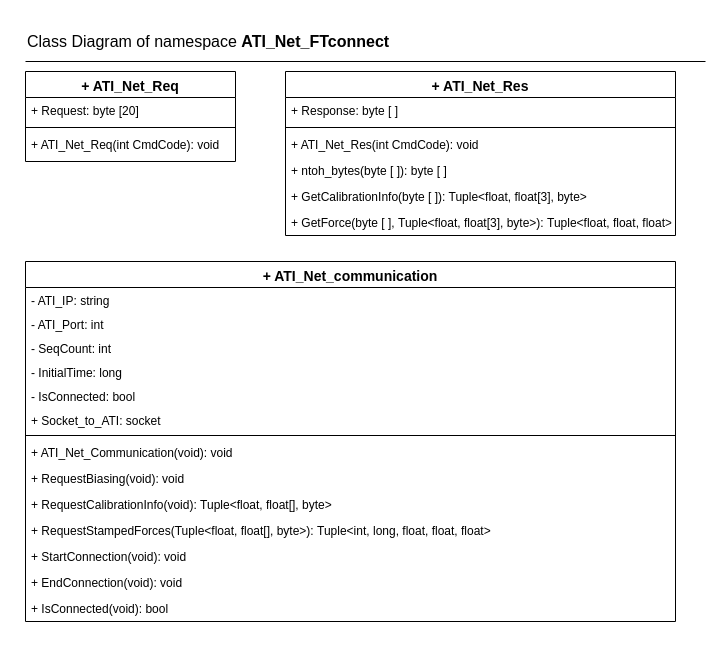
Earlier version of the draw.io diagram RRP project/2. Software-Class diagram-ATI net sensor.drawio (VolcanHuang/Project_Demo). Source tidied: cells renumbered, new cells numbered last; positions are measured from the earlier drawing's top-left corner, leaving out a move shared by most shapes. Both pictures are drawn from the tidied source at 100%, with x=0, y=0 at pixel (25, 31).
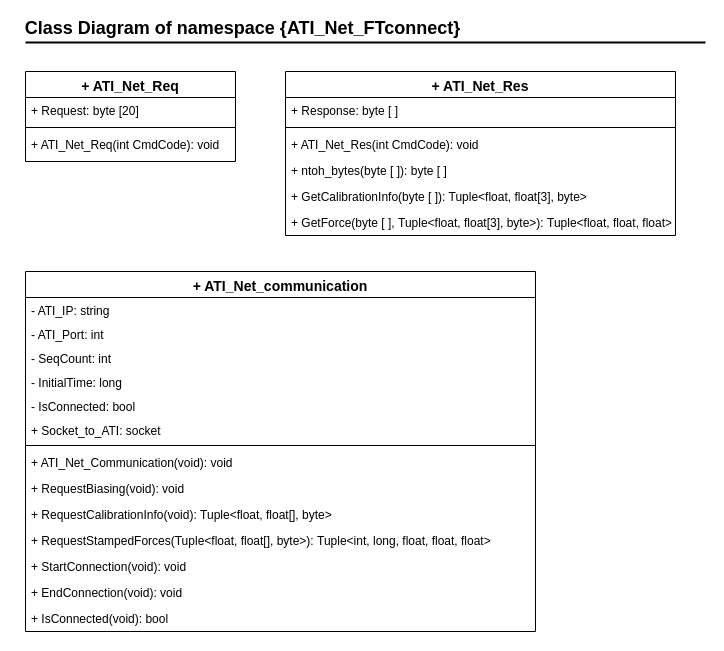
After the change.

What changed in the source:
```diff
@@
-    <mxCell id="2" style="endArrow=none;html=1;" parent="1" edge="1">
+    <mxCell id="2" style="endArrow=none;html=1;strokeWidth=2;" parent="1" edge="1">
       <mxGeometry relative="1" as="geometry">
-        <mxPoint y="30" as="sourcePoint" />
-        <mxPoint x="680" y="30" as="targetPoint" />
+        <mxPoint y="11" as="sourcePoint" />
+        <mxPoint x="680" y="11" as="targetPoint" />
       </mxGeometry>
     </mxCell>
-    <mxCell id="3" value="&lt;font style=&quot;font-size: 16px ; background-color: rgb(255 , 255 , 255)&quot;&gt;Class Diagram of namespace &lt;b&gt;ATI_Net_FTconnect&lt;/b&gt;&lt;/font&gt;" style="text;html=1;strokeColor=none;fillColor=none;align=left;verticalAlign=middle;whiteSpace=wrap;rounded=0;" parent="1" vertex="1">
-      <mxGeometry width="370" height="20" as="geometry" />
-    </mxCell>
@@
     <mxCell id="9" value="+ ATI_Net_communication" style="swimlane;fontStyle=1;align=center;verticalAlign=top;horizontal=1;startSize=26;fontSize=14;" parent="1" vertex="1">
-      <mxGeometry y="230" width="650" height="360" as="geometry" />
+      <mxGeometry y="240" width="510" height="360" as="geometry" />
     </mxCell>
     <mxCell id="10" value="- ATI_IP: string" style="text;strokeColor=none;fillColor=none;align=left;verticalAlign=top;spacingLeft=4;spacingRight=4;overflow=hidden;spacingBottom=0;spacingTop=0;labelBackgroundColor=none;horizontal=1;" parent="9" vertex="1">
-      <mxGeometry y="26" width="650" height="24" as="geometry" />
+      <mxGeometry y="26" width="510" height="24" as="geometry" />
     </mxCell>
     <mxCell id="11" value="- ATI_Port: int" style="text;strokeColor=none;fillColor=none;align=left;verticalAlign=top;spacingLeft=4;spacingRight=4;overflow=hidden;spacingBottom=0;spacingTop=0;labelBackgroundColor=none;horizontal=1;" parent="9" vertex="1">
-      <mxGeometry y="50" width="650" height="24" as="geometry" />
+      <mxGeometry y="50" width="510" height="24" as="geometry" />
     </mxCell>
     <mxCell id="12" value="- SeqCount: int" style="text;strokeColor=none;fillColor=none;align=left;verticalAlign=top;spacingLeft=4;spacingRight=4;overflow=hidden;spacingBottom=0;spacingTop=0;labelBackgroundColor=none;horizontal=1;" parent="9" vertex="1">
-      <mxGeometry y="74" width="650" height="24" as="geometry" />
+      <mxGeometry y="74" width="510" height="24" as="geometry" />
     </mxCell>
     <mxCell id="13" value="- InitialTime: long" style="text;strokeColor=none;fillColor=none;align=left;verticalAlign=top;spacingLeft=4;spacingRight=4;overflow=hidden;spacingBottom=0;spacingTop=0;labelBackgroundColor=none;horizontal=1;" parent="9" vertex="1">
-      <mxGeometry y="98" width="650" height="24" as="geometry" />
+      <mxGeometry y="98" width="510" height="24" as="geometry" />
     </mxCell>
     <mxCell id="14" value="- IsConnected: bool" style="text;strokeColor=none;fillColor=none;align=left;verticalAlign=top;spacingLeft=4;spacingRight=4;overflow=hidden;spacingBottom=0;spacingTop=0;labelBackgroundColor=none;horizontal=1;" parent="9" vertex="1">
-      <mxGeometry y="122" width="650" height="24" as="geometry" />
+      <mxGeometry y="122" width="510" height="24" as="geometry" />
     </mxCell>
     <mxCell id="15" value="+ Socket_to_ATI: socket" style="text;strokeColor=none;fillColor=none;align=left;verticalAlign=top;spacingLeft=4;spacingRight=4;overflow=hidden;spacingBottom=0;spacingTop=0;labelBackgroundColor=none;horizontal=1;" parent="9" vertex="1">
-      <mxGeometry y="146" width="650" height="24" as="geometry" />
+      <mxGeometry y="146" width="510" height="24" as="geometry" />
     </mxCell>
     <mxCell id="16" style="line;strokeWidth=1;fillColor=none;align=left;verticalAlign=middle;spacingTop=-1;spacingLeft=3;spacingRight=3;labelPosition=right;" parent="9" vertex="1">
-      <mxGeometry y="170" width="650" height="8" as="geometry" />
+      <mxGeometry y="170" width="510" height="8" as="geometry" />
     </mxCell>
     <mxCell id="17" value="+ ATI_Net_Communication(void): void " style="text;strokeColor=none;fillColor=none;align=left;verticalAlign=top;spacingLeft=4;spacingRight=4;overflow=hidden;" parent="9" vertex="1">
-      <mxGeometry y="178" width="650" height="26" as="geometry" />
+      <mxGeometry y="178" width="510" height="26" as="geometry" />
     </mxCell>
     <mxCell id="18" value="+ RequestBiasing(void): void" style="text;strokeColor=none;fillColor=none;align=left;verticalAlign=top;spacingLeft=4;spacingRight=4;overflow=hidden;" parent="9" vertex="1">
-      <mxGeometry y="204" width="650" height="26" as="geometry" />
+      <mxGeometry y="204" width="510" height="26" as="geometry" />
     </mxCell>
     <mxCell id="19" value="+ RequestCalibrationInfo(void): Tuple&lt;float, float[], byte&gt;" style="text;strokeColor=none;fillColor=none;align=left;verticalAlign=top;spacingLeft=4;spacingRight=4;overflow=hidden;" parent="9" vertex="1">
-      <mxGeometry y="230" width="650" height="26" as="geometry" />
+      <mxGeometry y="230" width="510" height="26" as="geometry" />
     </mxCell>
     <mxCell id="20" value="+ RequestStampedForces(Tuple&lt;float, float[], byte&gt;): Tuple&lt;int, long, float, float, float&gt; " style="text;strokeColor=none;fillColor=none;align=left;verticalAlign=top;spacingLeft=4;spacingRight=4;overflow=hidden;" parent="9" vertex="1">
-      <mxGeometry y="256" width="650" height="26" as="geometry" />
+      <mxGeometry y="256" width="510" height="26" as="geometry" />
     </mxCell>
     <mxCell id="21" value="+ StartConnection(void): void" style="text;strokeColor=none;fillColor=none;align=left;verticalAlign=top;spacingLeft=4;spacingRight=4;overflow=hidden;" parent="9" vertex="1">
-      <mxGeometry y="282" width="650" height="26" as="geometry" />
+      <mxGeometry y="282" width="510" height="26" as="geometry" />
     </mxCell>
     <mxCell id="22" value="+ EndConnection(void): void" style="text;strokeColor=none;fillColor=none;align=left;verticalAlign=top;spacingLeft=4;spacingRight=4;overflow=hidden;" parent="9" vertex="1">
-      <mxGeometry y="308" width="650" height="26" as="geometry" />
+      <mxGeometry y="308" width="510" height="26" as="geometry" />
     </mxCell>
     <mxCell id="23" value="+ IsConnected(void): bool" style="text;strokeColor=none;fillColor=none;align=left;verticalAlign=top;spacingLeft=4;spacingRight=4;overflow=hidden;" parent="9" vertex="1">
-      <mxGeometry y="334" width="650" height="26" as="geometry" />
+      <mxGeometry y="334" width="510" height="26" as="geometry" />
     </mxCell>
@@
+    <mxCell id="31" value="&lt;b style=&quot;font-size: 18px ; text-align: left&quot;&gt;Class Diagram of namespace {&lt;/b&gt;&lt;b style=&quot;font-size: 18px ; text-align: left&quot;&gt;ATI_Net_FTconnect&lt;/b&gt;&lt;b style=&quot;font-size: 18px ; text-align: left&quot;&gt;}&lt;/b&gt;" style="text;html=1;align=center;verticalAlign=middle;" parent="1" vertex="1">
+      <mxGeometry x="-8" y="-13" width="450" height="20" as="geometry" />
+    </mxCell>
```
